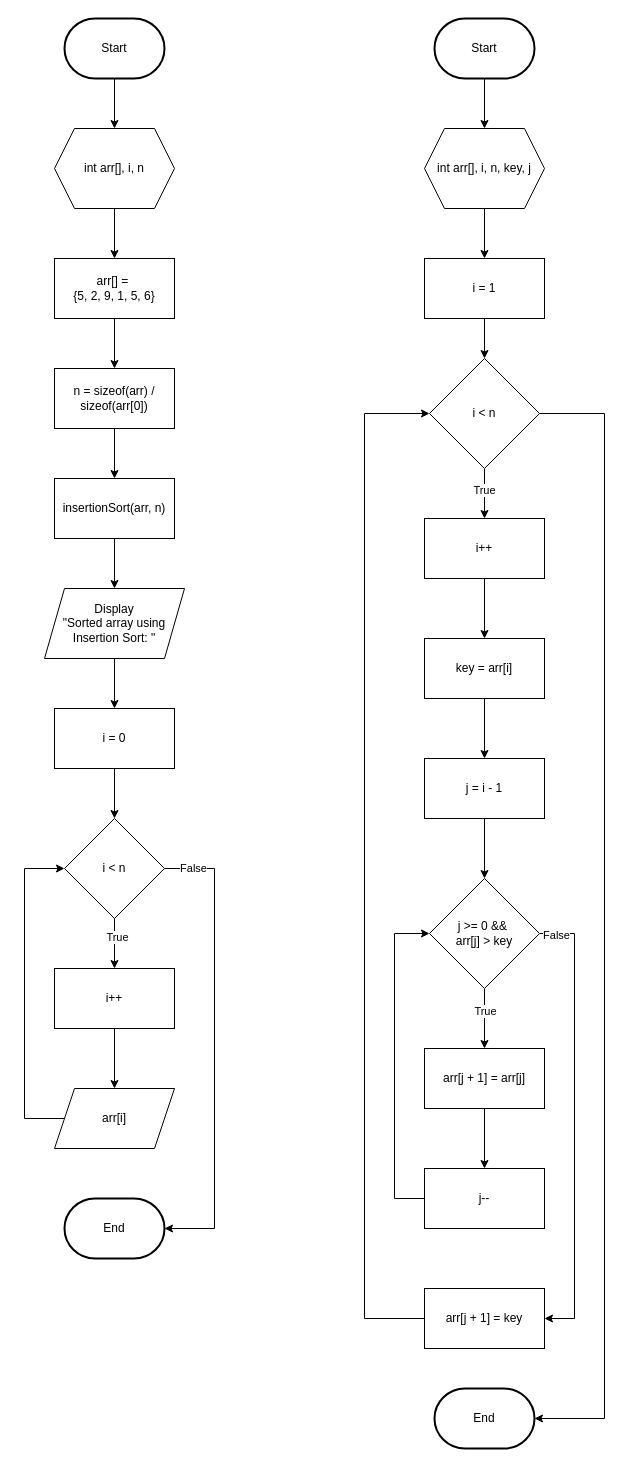
elikawicaksana/BuildIT_BasisData keeps this draw.io diagram as page "Insertion Sort" (1 of 5) of Penda Modul 3.drawio. Above is the earlier version. Source tidied: cells renumbered, new cells numbered last; positions are measured from the earlier drawing's top-left corner, leaving out a move shared by most shapes. Both pictures are drawn from the tidied source at 100%, with x=0, y=0 at pixel (24, 18).
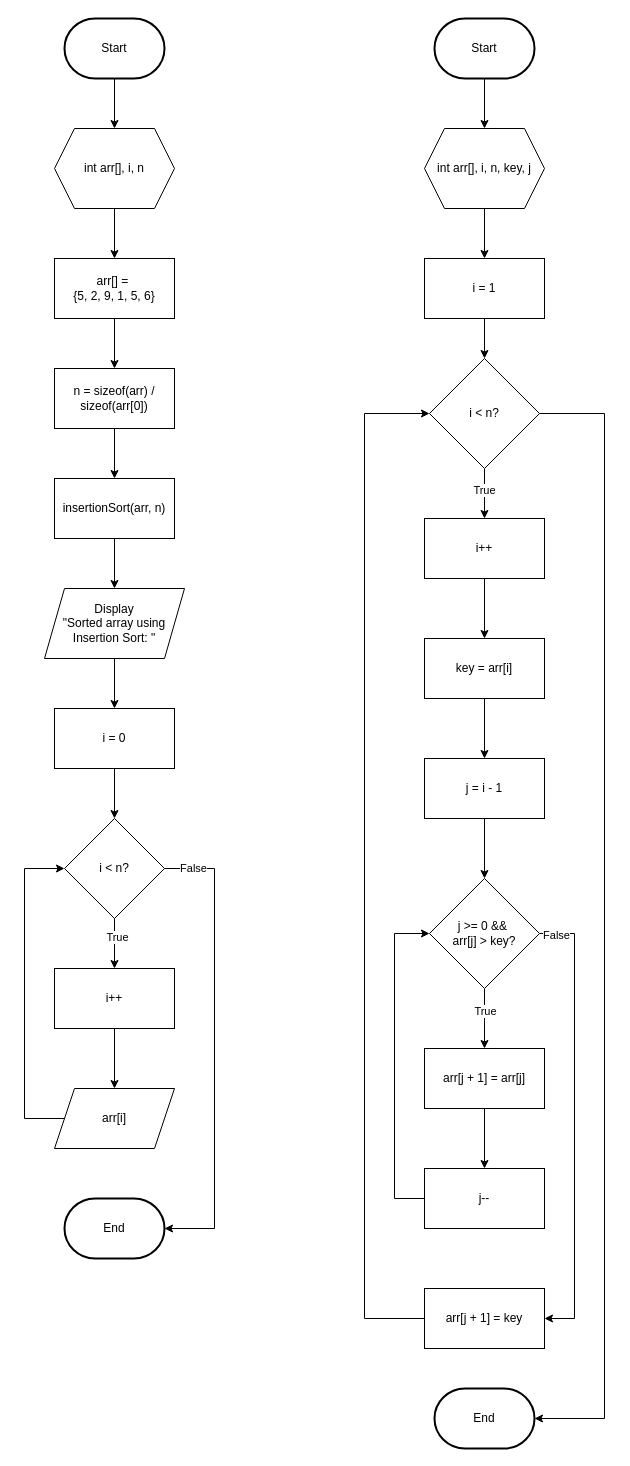
The same diagram, later.

Diff of the diagram source:
```diff
@@
-    <mxCell id="10" value="i &amp;lt; n" style="rhombus;whiteSpace=wrap;html=1;" parent="1" vertex="1">
+    <mxCell id="10" value="i &amp;lt; n?" style="rhombus;whiteSpace=wrap;html=1;" parent="1" vertex="1">
       <mxGeometry x="405" y="340" width="110" height="110" as="geometry" />
     </mxCell>
@@
-    <mxCell id="25" value="i &amp;lt; n" style="rhombus;whiteSpace=wrap;html=1;" parent="1" vertex="1">
+    <mxCell id="25" value="i &amp;lt; n?" style="rhombus;whiteSpace=wrap;html=1;" parent="1" vertex="1">
       <mxGeometry x="40" y="800" width="100" height="100" as="geometry" />
     </mxCell>
@@
-    <mxCell id="45" value="j &amp;gt;= 0 &amp;amp;&amp;amp;&amp;nbsp;&lt;div&gt;arr[j] &amp;gt; key&lt;/div&gt;" style="rhombus;whiteSpace=wrap;html=1;" parent="1" vertex="1">
+    <mxCell id="45" value="j &amp;gt;= 0 &amp;amp;&amp;amp;&amp;nbsp;&lt;div&gt;arr[j] &amp;gt; key?&lt;/div&gt;" style="rhombus;whiteSpace=wrap;html=1;" parent="1" vertex="1">
       <mxGeometry x="405" y="860" width="110" height="110" as="geometry" />
     </mxCell>
```
